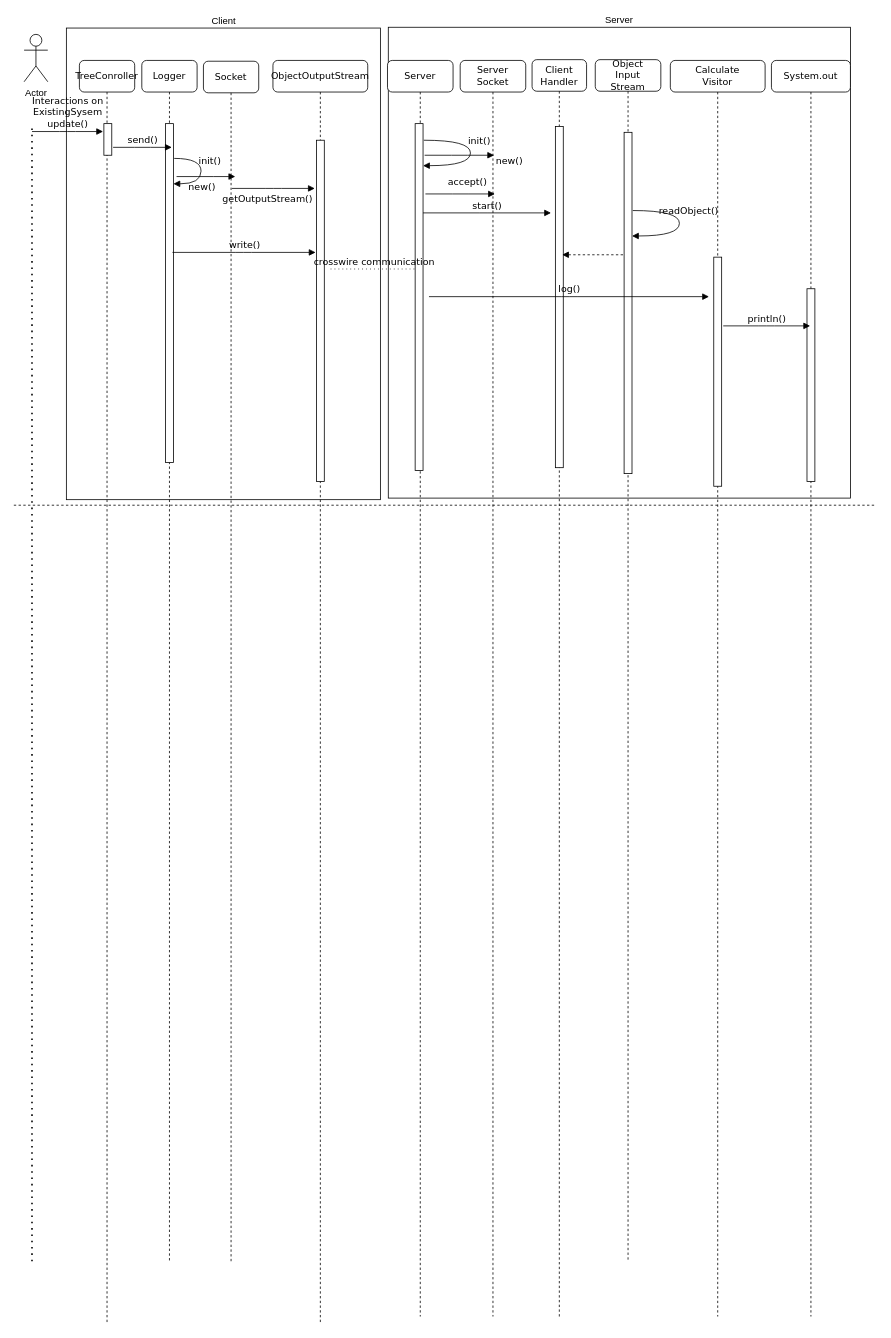
The draw.io diagram HW3Q1.drawio in parveshj/577, before the edit. Source tidied: cells renumbered, new cells numbered last; positions are measured from the earlier drawing's top-left corner, leaving out a move shared by most shapes. Both pictures are drawn from the tidied source at 79%, with x=0, y=0 at pixel (13, 27).
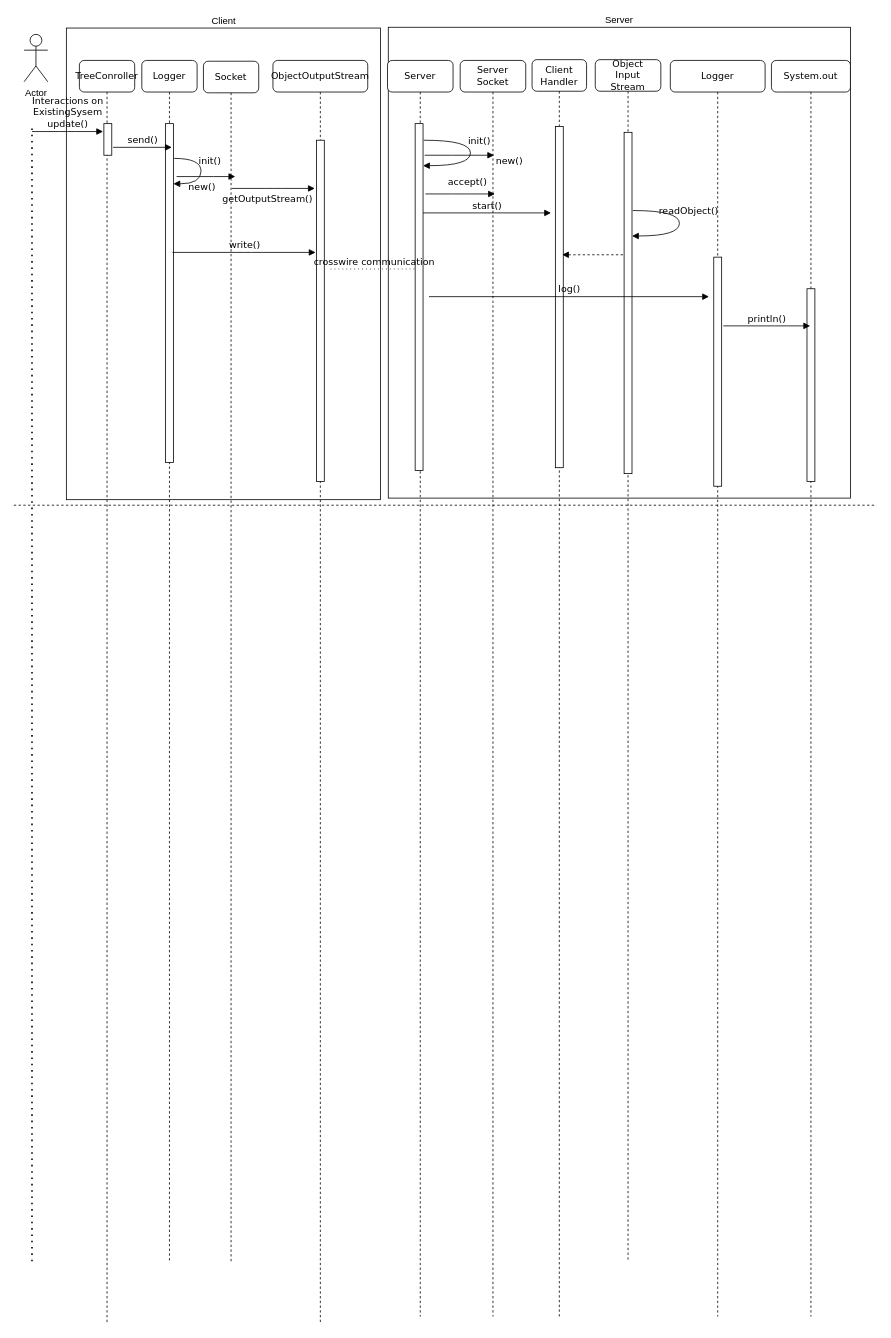
The same page after the edit.

Change to the diagram source:
```diff
@@
-    <mxCell id="19" value="Calculate&lt;br&gt;Visitor" style="shape=umlLifeline;perimeter=lifelinePerimeter;whiteSpace=wrap;html=1;rounded=1;shadow=0;comic=0;labelBackgroundColor=none;strokeWidth=1;fontFamily=Verdana;fontSize=12;align=center;" parent="1" vertex="1">
+    <mxCell id="19" value="Logger" style="shape=umlLifeline;perimeter=lifelinePerimeter;whiteSpace=wrap;html=1;rounded=1;shadow=0;comic=0;labelBackgroundColor=none;strokeWidth=1;fontFamily=Verdana;fontSize=12;align=center;" parent="1" vertex="1">
       <mxGeometry x="831" y="42" width="120" height="1590" as="geometry" />
     </mxCell>
```
